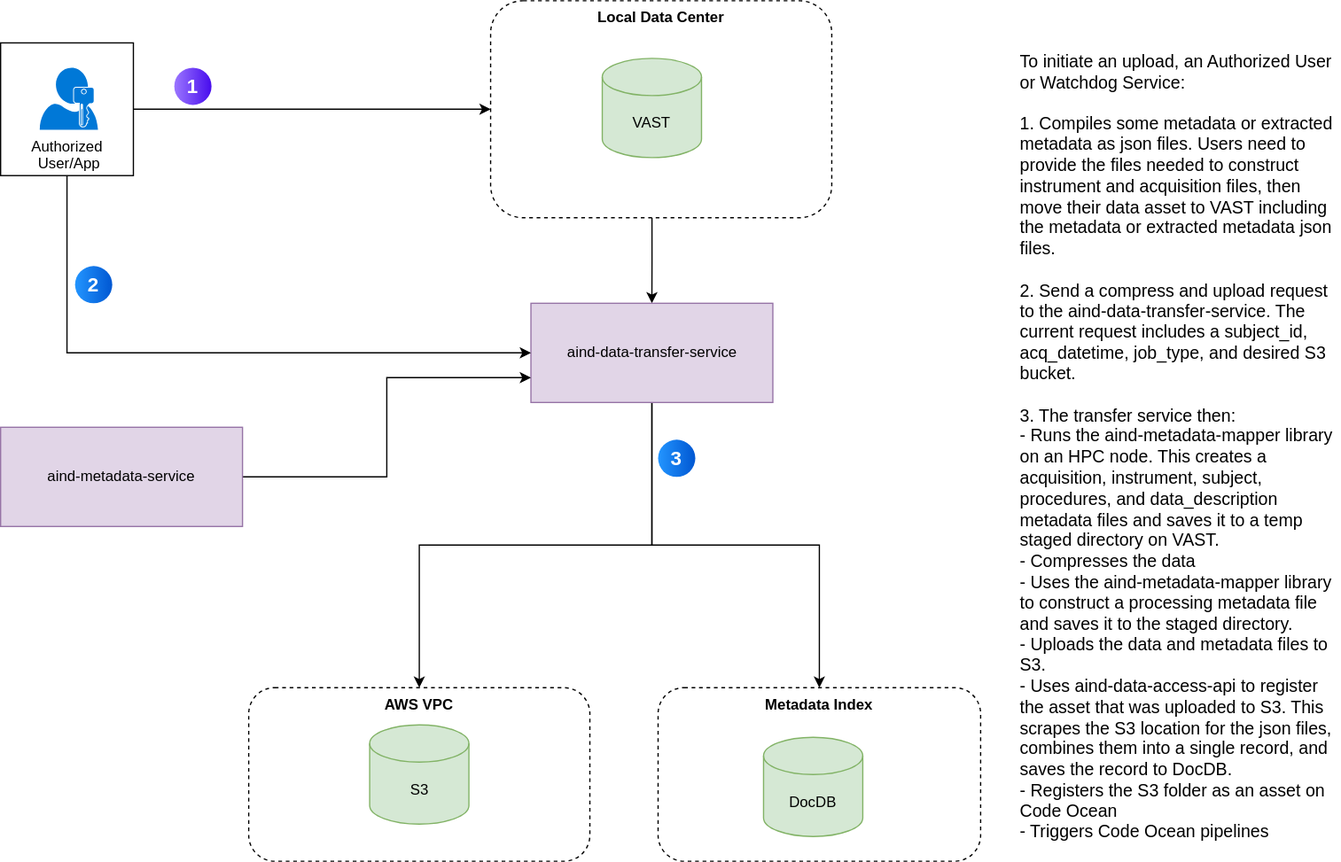
Before: diagrams/mid_level/data_transfer_service/DataTransferServiceCurrent.drawio.svg, a diagram exported from draw.io (AllenNeuralDynamics/aind-software-docs). Source tidied: cells renumbered, new cells last; positions are measured from the earlier drawing's top-left corner, leaving out a move shared by most shapes.
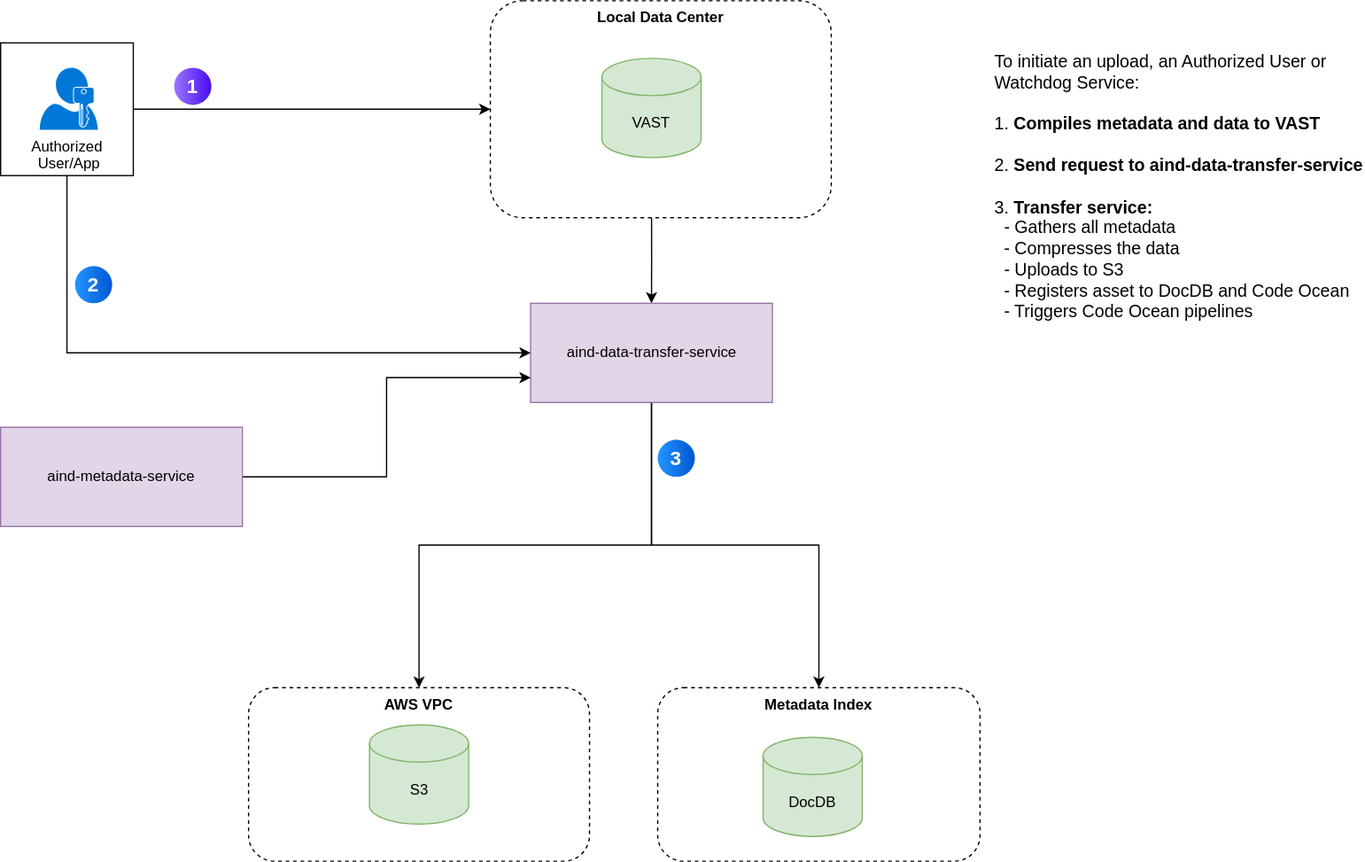
The same diagram one commit later.

Commit message:
docs: updates transfer service diagram

Change to the diagram source:
```diff
@@ -23,8 +23,8 @@
     <mxCell id="8" value="aind-data‑transfer-service" style="rounded=0;whiteSpace=wrap;html=1;fillColor=#e1d5e7;strokeColor=#9673a6;" parent="1" vertex="1">
       <mxGeometry x="427.5" y="244" width="195" height="80" as="geometry" />
     </mxCell>
-    <mxCell id="9" value="&lt;div&gt;To initiate an upload, an Authorized User or Watchdog Service:&lt;/div&gt;&lt;div&gt;&lt;br&gt;&lt;/div&gt;&lt;div&gt;1. Compiles some metadata or extracted metadata as json files. Users need to provide the files needed to construct instrument and acquisition files, then move their data asset to VAST including the metadata or extracted metadata json files.&lt;br&gt;&lt;/div&gt;&lt;div&gt;&lt;br&gt;&lt;/div&gt;&lt;div&gt;2. Send a compress and upload request to the aind-data-transfer-service. The current request includes a subject_id, acq_datetime, job_type, and desired S3 bucket.&lt;br&gt;&lt;/div&gt;&lt;div&gt;&lt;br&gt;&lt;/div&gt;&lt;div&gt;3. The transfer service then:&lt;/div&gt;&lt;div&gt;- Runs the aind-metadata-mapper library on an HPC node. This creates a acquisition, instrument, subject, procedures, and data_description metadata files and saves it to a temp staged directory on VAST.&lt;br&gt;&lt;/div&gt;&lt;div&gt;- Compresses the data&lt;/div&gt;&lt;div&gt;- Uses the aind-metadata-mapper library to construct a processing metadata file and saves it to the staged directory.&lt;br&gt;&lt;/div&gt;&lt;div&gt;- Uploads the data and metadata files to S3.&lt;br&gt;&lt;/div&gt;&lt;div&gt;- Uses aind-data-access-api to register the asset that was uploaded to S3. This scrapes the S3 location for the json files, combines them into a single record, and saves the record to DocDB.&lt;/div&gt;&lt;div&gt;- Registers the S3 folder as an asset on Code Ocean&lt;br&gt;&lt;/div&gt;&lt;div&gt;- Triggers Code Ocean pipelines &lt;/div&gt;" style="text;html=1;whiteSpace=wrap;strokeColor=none;fillColor=none;align=left;verticalAlign=top;rounded=0;fontSize=14;" parent="1" vertex="1">
-      <mxGeometry x="820" y="34" width="260" height="660" as="geometry" />
+    <mxCell id="9" value="&lt;div&gt;To initiate an upload, an Authorized User or Watchdog Service:&lt;/div&gt;&lt;div&gt;&lt;br&gt;&lt;/div&gt;&lt;div&gt;1. &lt;b&gt;Compiles metadata and data to VAST&lt;/b&gt;&lt;br&gt;&lt;/div&gt;&lt;div&gt;&lt;br&gt;&lt;/div&gt;&lt;div&gt;2. &lt;b&gt;Send request to aind-data-transfer-service&lt;/b&gt;&lt;br&gt;&lt;/div&gt;&lt;div&gt;&lt;br&gt;&lt;/div&gt;&lt;div&gt;3. &lt;b&gt;Transfer service:&lt;/b&gt;&lt;/div&gt;&lt;div&gt;&amp;nbsp; - Gathers all metadata&lt;br&gt;&lt;/div&gt;&lt;div&gt;&amp;nbsp; - Compresses the data&lt;/div&gt;&lt;div&gt;&amp;nbsp; - Uploads to S3&lt;br&gt;&lt;/div&gt;&lt;div&gt;&amp;nbsp; - Registers asset to DocDB and Code Ocean&lt;br&gt;&lt;/div&gt;&lt;div&gt;&amp;nbsp; - Triggers Code Ocean pipelines &lt;/div&gt;" style="text;html=1;whiteSpace=wrap;strokeColor=none;fillColor=none;align=left;verticalAlign=top;rounded=0;fontSize=14;" parent="1" vertex="1">
+      <mxGeometry x="800" y="34" width="300" height="660" as="geometry" />
     </mxCell>
     <mxCell id="10" style="edgeStyle=orthogonalEdgeStyle;rounded=0;jettySize=auto;html=1;exitX=0.5;exitY=1;exitDx=0;exitDy=0;entryX=0;entryY=0.5;entryDx=0;entryDy=0;" parent="1" edge="1" source="4" target="8">
       <mxGeometry relative="1" as="geometry" />
```
